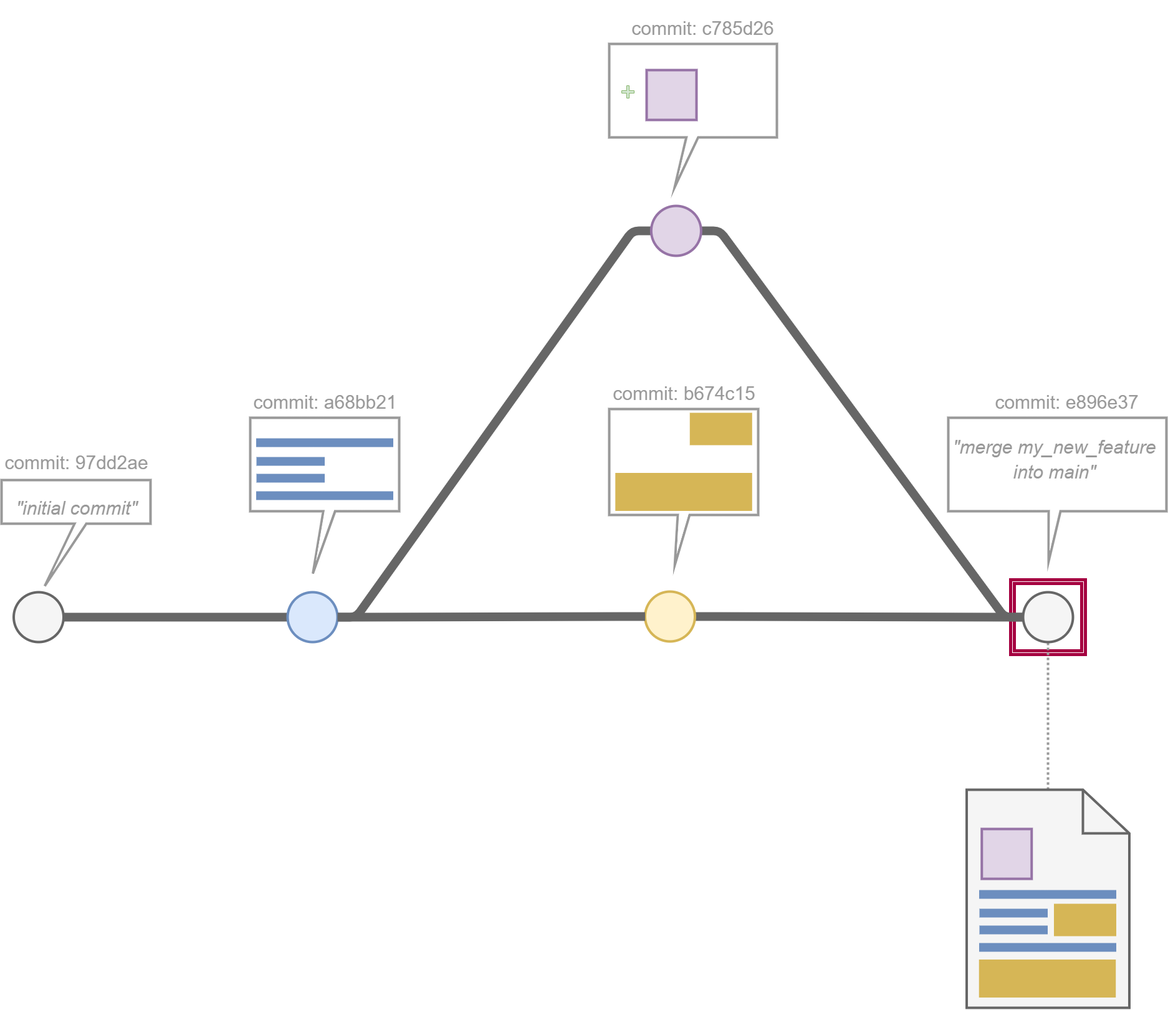
Before: img/what_is_git_video/11_why_is_this_useful_d.drawio.png, a diagram exported from draw.io (SheCodesAus/what_is_git). Source tidied: cells renumbered, new cells last; positions are measured from the earlier drawing's top-left corner, leaving out a move shared by most shapes.
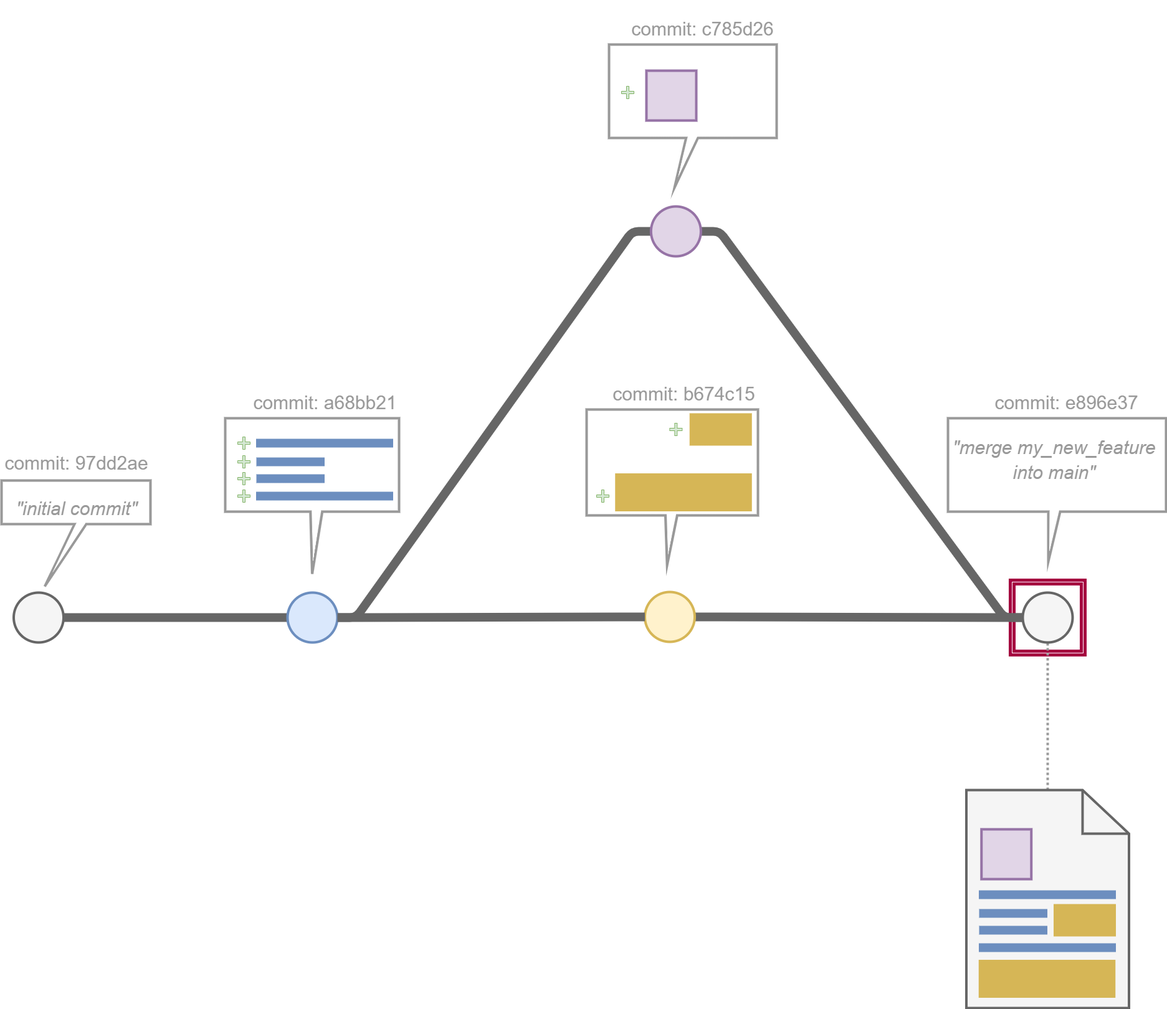
The same file after the commit.

Change to the diagram source:
```diff
@@ -5,11 +5,11 @@
     <mxCell id="2" style="shape=ext;double=1;whiteSpace=wrap;html=1;fillColor=none;strokeWidth=5;strokeColor=#A50040;fontColor=#ffffff;" parent="1" vertex="1">
       <mxGeometry x="1619" y="920" width="120" height="120" as="geometry" />
     </mxCell>
-    <mxCell id="3" style="shape=callout;whiteSpace=wrap;html=1;perimeter=calloutPerimeter;strokeWidth=4;base=19;size=80;position=0.46;position2=0.44;strokeColor=#999999;" parent="1" vertex="1">
-      <mxGeometry x="975" y="646" width="239" height="250" as="geometry" />
+    <mxCell id="3" style="shape=callout;whiteSpace=wrap;html=1;perimeter=calloutPerimeter;strokeWidth=4;base=19;size=80;position=0.46;position2=0.47;strokeColor=#999999;" parent="1" vertex="1">
+      <mxGeometry x="939" y="646" width="275" height="250" as="geometry" />
     </mxCell>
-    <mxCell id="4" style="shape=callout;whiteSpace=wrap;html=1;perimeter=calloutPerimeter;strokeWidth=4;base=19;size=100;position=0.49;position2=0.42;strokeColor=#999999;" parent="1" vertex="1">
-      <mxGeometry x="399" y="660" width="239" height="250" as="geometry" />
+    <mxCell id="4" style="shape=callout;whiteSpace=wrap;html=1;perimeter=calloutPerimeter;strokeWidth=4;base=19;size=100;position=0.49;position2=0.5;strokeColor=#999999;" parent="1" vertex="1">
+      <mxGeometry x="359" y="660" width="279" height="250" as="geometry" />
     </mxCell>
     <mxCell id="5" style="verticalLabelPosition=bottom;shadow=0;dashed=0;align=center;html=1;verticalAlign=top;strokeWidth=14;shape=mxgraph.mockup.markup.line;strokeColor=#6c8ebf;fillColor=#dae8fc;" parent="1" vertex="1">
       <mxGeometry x="408.5" y="690" width="220" height="20" as="geometry" />
@@ -122,5 +122,23 @@
     <mxCell id="41" style="whiteSpace=wrap;html=1;fillColor=#e1d5e7;strokeColor=#9673a6;strokeWidth=4;" parent="1" vertex="1">
       <mxGeometry x="1572.8" y="1320" width="80" height="80" as="geometry" />
     </mxCell>
+    <mxCell id="42" style="shape=cross;whiteSpace=wrap;html=1;fillColor=#d5e8d4;strokeColor=#82b366;" parent="1" vertex="1">
+      <mxGeometry x="1072.4" y="668" width="20" height="20" as="geometry" />
+    </mxCell>
+    <mxCell id="43" style="shape=cross;whiteSpace=wrap;html=1;fillColor=#d5e8d4;strokeColor=#82b366;" parent="1" vertex="1">
+      <mxGeometry x="955" y="775" width="20" height="20" as="geometry" />
+    </mxCell>
+    <mxCell id="44" style="shape=cross;whiteSpace=wrap;html=1;fillColor=#d5e8d4;strokeColor=#82b366;" parent="1" vertex="1">
+      <mxGeometry x="379" y="690" width="20" height="20" as="geometry" />
+    </mxCell>
+    <mxCell id="45" style="shape=cross;whiteSpace=wrap;html=1;fillColor=#d5e8d4;strokeColor=#82b366;" parent="1" vertex="1">
+      <mxGeometry x="379" y="720" width="20" height="20" as="geometry" />
+    </mxCell>
+    <mxCell id="46" style="shape=cross;whiteSpace=wrap;html=1;fillColor=#d5e8d4;strokeColor=#82b366;" parent="1" vertex="1">
+      <mxGeometry x="379" y="747" width="20" height="20" as="geometry" />
+    </mxCell>
+    <mxCell id="47" style="shape=cross;whiteSpace=wrap;html=1;fillColor=#d5e8d4;strokeColor=#82b366;" parent="1" vertex="1">
+      <mxGeometry x="379" y="775" width="20" height="20" as="geometry" />
+    </mxCell>
   </root>
 </mxGraphModel>
```
